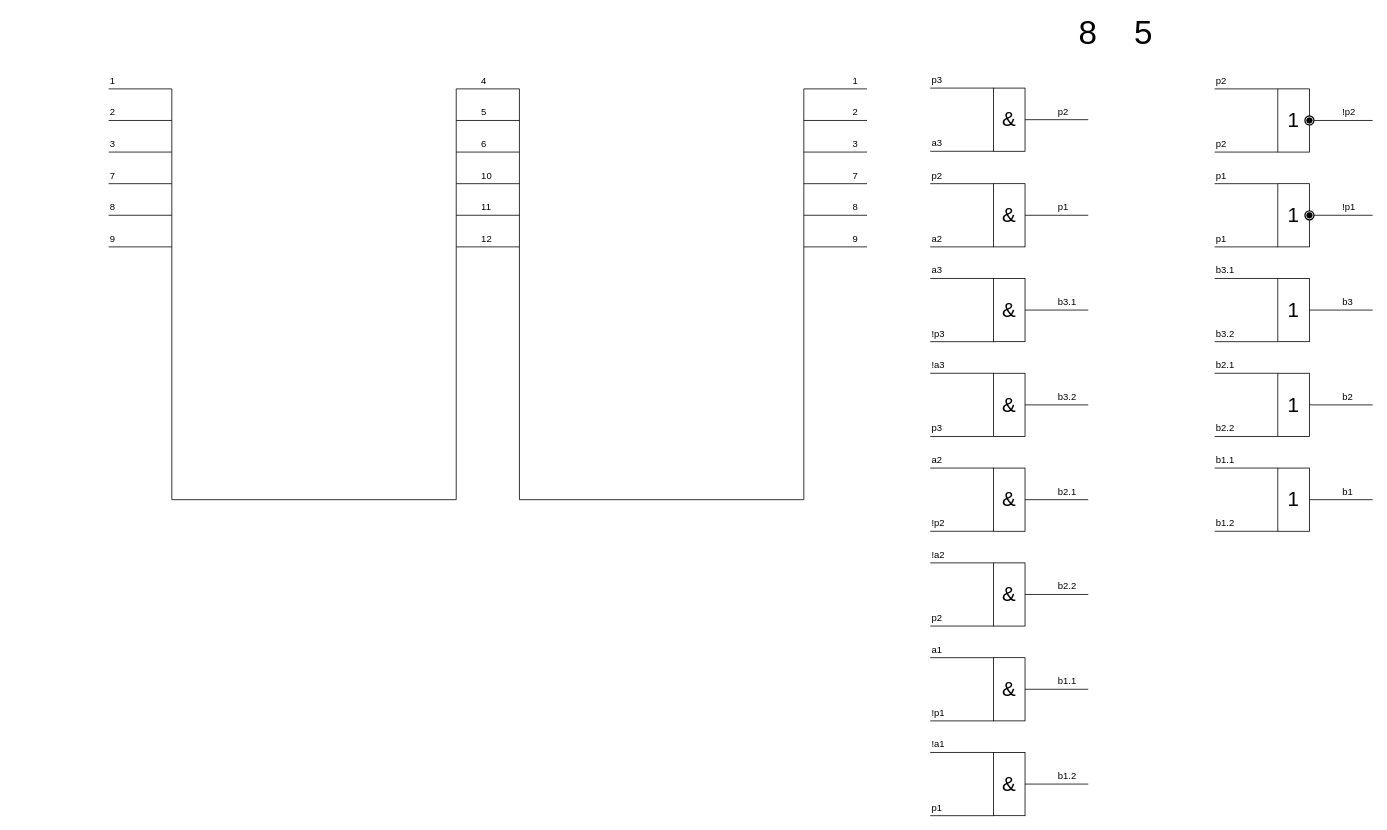
Earlier version of the draw.io diagram counter.drawio (nayutalienx/digital_circuits). Source tidied: cells renumbered, new cells numbered last; positions are measured from the earlier drawing's top-left corner, leaving out a move shared by most shapes. Both pictures are drawn from the tidied source at 79%, with x=0, y=0 at pixel (108, 25).
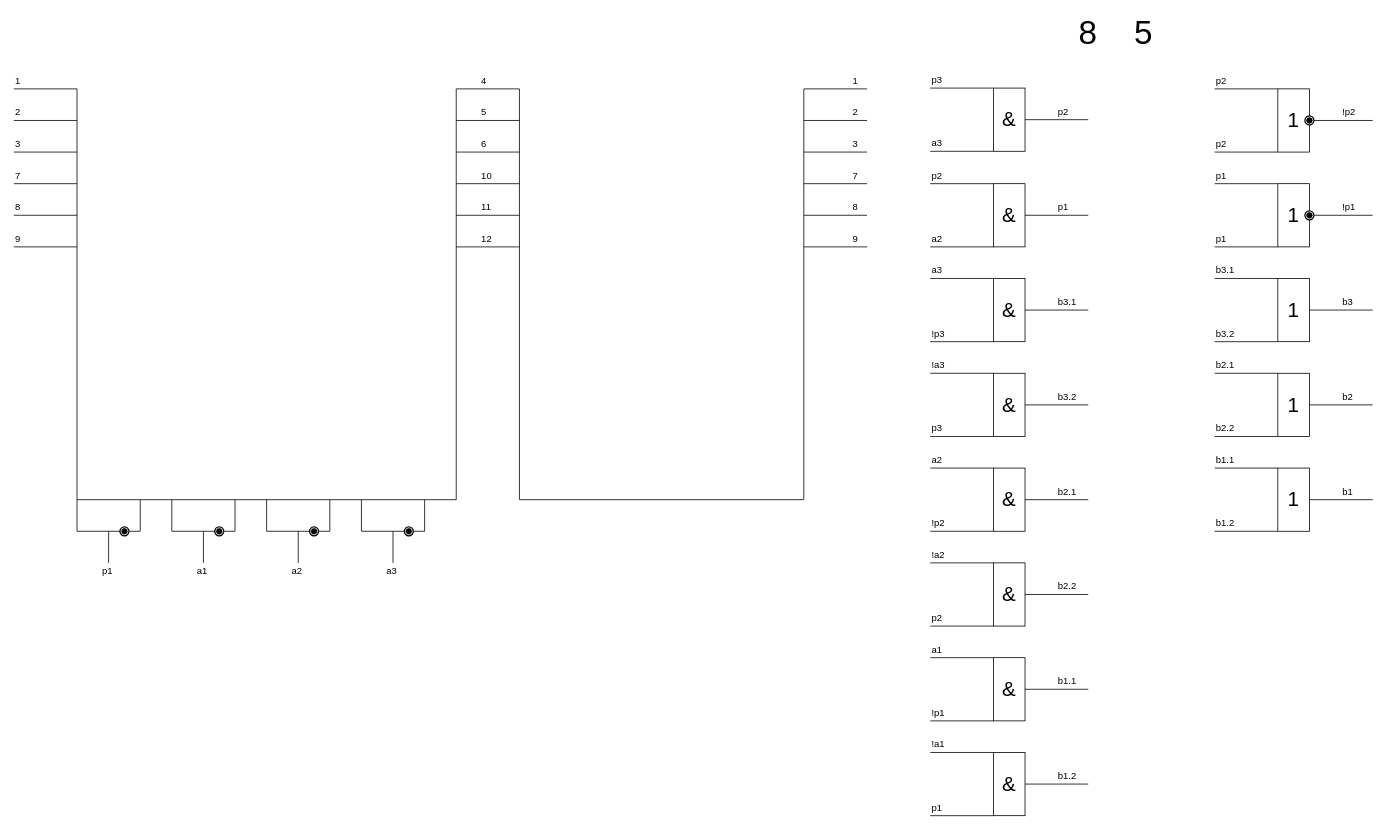
Above is the later version.

The edit, as a diff of the source:
```diff
@@
     <mxCell id="2" style="endArrow=none;html=1;" parent="1" edge="1">
       <mxGeometry relative="1" as="geometry">
-        <mxPoint x="80" y="600" as="sourcePoint" />
-        <mxPoint x="80" y="80" as="targetPoint" />
+        <mxPoint x="-40" y="600" as="sourcePoint" />
+        <mxPoint x="-40" y="80" as="targetPoint" />
       </mxGeometry>
     </mxCell>
     <mxCell id="3" style="endArrow=none;html=1;" parent="1" edge="1">
       <mxGeometry relative="1" as="geometry">
-        <mxPoint x="80" y="600" as="sourcePoint" />
+        <mxPoint x="-40" y="600" as="sourcePoint" />
         <mxPoint x="440" y="600" as="targetPoint" />
       </mxGeometry>
     </mxCell>
@@
     <mxCell id="8" style="endArrow=none;html=1;" parent="1" edge="1">
       <mxGeometry relative="1" as="geometry">
-        <mxPoint y="80" as="sourcePoint" />
-        <mxPoint x="80" y="80" as="targetPoint" />
+        <mxPoint x="-120" y="80" as="sourcePoint" />
+        <mxPoint x="-40" y="80" as="targetPoint" />
       </mxGeometry>
     </mxCell>
     <mxCell id="9" style="endArrow=none;html=1;" parent="1" edge="1">
       <mxGeometry relative="1" as="geometry">
-        <mxPoint y="120" as="sourcePoint" />
-        <mxPoint x="80" y="120" as="targetPoint" />
+        <mxPoint x="-120" y="120" as="sourcePoint" />
+        <mxPoint x="-40" y="120" as="targetPoint" />
       </mxGeometry>
     </mxCell>
     <mxCell id="10" style="endArrow=none;html=1;" parent="1" edge="1">
       <mxGeometry relative="1" as="geometry">
-        <mxPoint y="160" as="sourcePoint" />
-        <mxPoint x="80" y="160" as="targetPoint" />
+        <mxPoint x="-120" y="160" as="sourcePoint" />
+        <mxPoint x="-40" y="160" as="targetPoint" />
       </mxGeometry>
     </mxCell>
     <mxCell id="11" style="endArrow=none;html=1;" parent="1" edge="1">
       <mxGeometry relative="1" as="geometry">
-        <mxPoint y="200" as="sourcePoint" />
-        <mxPoint x="80" y="200" as="targetPoint" />
+        <mxPoint x="-120" y="200" as="sourcePoint" />
+        <mxPoint x="-40" y="200" as="targetPoint" />
       </mxGeometry>
     </mxCell>
     <mxCell id="12" style="endArrow=none;html=1;" parent="1" edge="1">
       <mxGeometry relative="1" as="geometry">
-        <mxPoint y="240" as="sourcePoint" />
-        <mxPoint x="80" y="240" as="targetPoint" />
+        <mxPoint x="-120" y="240" as="sourcePoint" />
+        <mxPoint x="-40" y="240" as="targetPoint" />
       </mxGeometry>
     </mxCell>
     <mxCell id="13" style="endArrow=none;html=1;" parent="1" edge="1">
       <mxGeometry relative="1" as="geometry">
-        <mxPoint y="280" as="sourcePoint" />
-        <mxPoint x="80" y="280" as="targetPoint" />
+        <mxPoint x="-120" y="280" as="sourcePoint" />
+        <mxPoint x="-40" y="280" as="targetPoint" />
       </mxGeometry>
     </mxCell>
@@
     <mxCell id="26" value="1" style="text;html=1;align=left;verticalAlign=top;spacingTop=-4;" parent="1" vertex="1">
-      <mxGeometry y="60" width="20" height="20" as="geometry" />
+      <mxGeometry x="-120" y="60" width="20" height="20" as="geometry" />
     </mxCell>
     <mxCell id="27" value="2" style="text;html=1;align=left;verticalAlign=top;spacingTop=-4;" parent="1" vertex="1">
-      <mxGeometry y="100" width="20" height="20" as="geometry" />
+      <mxGeometry x="-120" y="100" width="20" height="20" as="geometry" />
     </mxCell>
     <mxCell id="28" value="3" style="text;html=1;align=left;verticalAlign=top;spacingTop=-4;" parent="1" vertex="1">
-      <mxGeometry y="140" width="20" height="20" as="geometry" />
+      <mxGeometry x="-120" y="140" width="20" height="20" as="geometry" />
     </mxCell>
     <mxCell id="29" value="7" style="text;html=1;align=left;verticalAlign=top;spacingTop=-4;" parent="1" vertex="1">
-      <mxGeometry y="180" width="20" height="20" as="geometry" />
+      <mxGeometry x="-120" y="180" width="20" height="20" as="geometry" />
     </mxCell>
     <mxCell id="30" value="8" style="text;html=1;align=left;verticalAlign=top;spacingTop=-4;" parent="1" vertex="1">
-      <mxGeometry y="220" width="20" height="20" as="geometry" />
+      <mxGeometry x="-120" y="220" width="20" height="20" as="geometry" />
     </mxCell>
     <mxCell id="31" value="9" style="text;html=1;align=left;verticalAlign=top;spacingTop=-4;" parent="1" vertex="1">
-      <mxGeometry y="260" width="20" height="20" as="geometry" />
+      <mxGeometry x="-120" y="260" width="20" height="20" as="geometry" />
     </mxCell>
@@
+    <mxCell id="141" style="endArrow=none;html=1;" parent="1" edge="1">
+      <mxGeometry relative="1" as="geometry">
+        <mxPoint x="80" y="640" as="sourcePoint" />
+        <mxPoint x="80" y="600" as="targetPoint" />
+      </mxGeometry>
+    </mxCell>
+    <mxCell id="142" style="endArrow=none;html=1;" parent="1" edge="1" source="146">
+      <mxGeometry relative="1" as="geometry">
+        <mxPoint x="160" y="640" as="targetPoint" />
+      </mxGeometry>
+    </mxCell>
+    <mxCell id="143" style="endArrow=none;html=1;" parent="1" edge="1">
+      <mxGeometry relative="1" as="geometry">
+        <mxPoint x="160" y="640" as="sourcePoint" />
+        <mxPoint x="160" y="600" as="targetPoint" />
+      </mxGeometry>
+    </mxCell>
+    <mxCell id="144" style="endArrow=none;html=1;" parent="1" edge="1">
+      <mxGeometry relative="1" as="geometry">
+        <mxPoint x="120" y="680" as="sourcePoint" />
+        <mxPoint x="120" y="640" as="targetPoint" />
+      </mxGeometry>
+    </mxCell>
+    <mxCell id="145" value="a1" style="text;html=1;align=left;verticalAlign=top;spacingTop=-4;" parent="1" vertex="1">
+      <mxGeometry x="110" y="680" width="30" height="20" as="geometry" />
+    </mxCell>
+    <mxCell id="146" style="shape=mxgraph.bpmn.shape;html=1;verticalLabelPosition=bottom;labelBackgroundColor=#ffffff;verticalAlign=top;align=center;perimeter=ellipsePerimeter;outlineConnect=0;outline=end;symbol=terminate;" parent="1" vertex="1">
+      <mxGeometry x="135" y="635" width="10" height="10" as="geometry" />
+    </mxCell>
+    <mxCell id="147" style="endArrow=none;html=1;" parent="1" edge="1" target="146">
+      <mxGeometry relative="1" as="geometry">
+        <mxPoint x="80" y="640" as="sourcePoint" />
+      </mxGeometry>
+    </mxCell>
+    <mxCell id="148" style="endArrow=none;html=1;" parent="1" edge="1">
+      <mxGeometry relative="1" as="geometry">
+        <mxPoint x="200" y="640" as="sourcePoint" />
+        <mxPoint x="200" y="600" as="targetPoint" />
+      </mxGeometry>
+    </mxCell>
+    <mxCell id="149" style="endArrow=none;html=1;" parent="1" edge="1" source="153">
+      <mxGeometry relative="1" as="geometry">
+        <mxPoint x="280" y="640" as="targetPoint" />
+      </mxGeometry>
+    </mxCell>
+    <mxCell id="150" style="endArrow=none;html=1;" parent="1" edge="1">
+      <mxGeometry relative="1" as="geometry">
+        <mxPoint x="280" y="640" as="sourcePoint" />
+        <mxPoint x="280" y="600" as="targetPoint" />
+      </mxGeometry>
+    </mxCell>
+    <mxCell id="151" style="endArrow=none;html=1;" parent="1" edge="1">
+      <mxGeometry relative="1" as="geometry">
+        <mxPoint x="240" y="680" as="sourcePoint" />
+        <mxPoint x="240" y="640" as="targetPoint" />
+      </mxGeometry>
+    </mxCell>
+    <mxCell id="152" value="a2" style="text;html=1;align=left;verticalAlign=top;spacingTop=-4;" parent="1" vertex="1">
+      <mxGeometry x="230" y="680" width="30" height="20" as="geometry" />
+    </mxCell>
+    <mxCell id="153" style="shape=mxgraph.bpmn.shape;html=1;verticalLabelPosition=bottom;labelBackgroundColor=#ffffff;verticalAlign=top;align=center;perimeter=ellipsePerimeter;outlineConnect=0;outline=end;symbol=terminate;" parent="1" vertex="1">
+      <mxGeometry x="255" y="635" width="10" height="10" as="geometry" />
+    </mxCell>
+    <mxCell id="154" style="endArrow=none;html=1;" parent="1" edge="1" target="153">
+      <mxGeometry relative="1" as="geometry">
+        <mxPoint x="200" y="640" as="sourcePoint" />
+      </mxGeometry>
+    </mxCell>
+    <mxCell id="155" style="endArrow=none;html=1;" parent="1" edge="1">
+      <mxGeometry relative="1" as="geometry">
+        <mxPoint x="320" y="640" as="sourcePoint" />
+        <mxPoint x="320" y="600" as="targetPoint" />
+      </mxGeometry>
+    </mxCell>
+    <mxCell id="156" style="endArrow=none;html=1;" parent="1" edge="1" source="160">
+      <mxGeometry relative="1" as="geometry">
+        <mxPoint x="400" y="640" as="targetPoint" />
+      </mxGeometry>
+    </mxCell>
+    <mxCell id="157" style="endArrow=none;html=1;" parent="1" edge="1">
+      <mxGeometry relative="1" as="geometry">
+        <mxPoint x="400" y="640" as="sourcePoint" />
+        <mxPoint x="400" y="600" as="targetPoint" />
+      </mxGeometry>
+    </mxCell>
+    <mxCell id="158" style="endArrow=none;html=1;" parent="1" edge="1">
+      <mxGeometry relative="1" as="geometry">
+        <mxPoint x="360" y="680" as="sourcePoint" />
+        <mxPoint x="360" y="640" as="targetPoint" />
+      </mxGeometry>
+    </mxCell>
+    <mxCell id="159" value="a3" style="text;html=1;align=left;verticalAlign=top;spacingTop=-4;" parent="1" vertex="1">
+      <mxGeometry x="350" y="680" width="30" height="20" as="geometry" />
+    </mxCell>
+    <mxCell id="160" style="shape=mxgraph.bpmn.shape;html=1;verticalLabelPosition=bottom;labelBackgroundColor=#ffffff;verticalAlign=top;align=center;perimeter=ellipsePerimeter;outlineConnect=0;outline=end;symbol=terminate;" parent="1" vertex="1">
+      <mxGeometry x="375" y="635" width="10" height="10" as="geometry" />
+    </mxCell>
+    <mxCell id="161" style="endArrow=none;html=1;" parent="1" edge="1" target="160">
+      <mxGeometry relative="1" as="geometry">
+        <mxPoint x="320" y="640" as="sourcePoint" />
+      </mxGeometry>
+    </mxCell>
+    <mxCell id="162" style="endArrow=none;html=1;" parent="1" edge="1">
+      <mxGeometry relative="1" as="geometry">
+        <mxPoint x="-40" y="640" as="sourcePoint" />
+        <mxPoint x="-40" y="600" as="targetPoint" />
+      </mxGeometry>
+    </mxCell>
+    <mxCell id="163" style="endArrow=none;html=1;" parent="1" edge="1" source="167">
+      <mxGeometry relative="1" as="geometry">
+        <mxPoint x="40" y="640" as="targetPoint" />
+      </mxGeometry>
+    </mxCell>
+    <mxCell id="164" style="endArrow=none;html=1;" parent="1" edge="1">
+      <mxGeometry relative="1" as="geometry">
+        <mxPoint x="40" y="640" as="sourcePoint" />
+        <mxPoint x="40" y="600" as="targetPoint" />
+      </mxGeometry>
+    </mxCell>
+    <mxCell id="165" style="endArrow=none;html=1;" parent="1" edge="1">
+      <mxGeometry relative="1" as="geometry">
+        <mxPoint y="680" as="sourcePoint" />
+        <mxPoint y="640" as="targetPoint" />
+      </mxGeometry>
+    </mxCell>
+    <mxCell id="166" value="p1" style="text;html=1;align=left;verticalAlign=top;spacingTop=-4;" parent="1" vertex="1">
+      <mxGeometry x="-10" y="680" width="30" height="20" as="geometry" />
+    </mxCell>
+    <mxCell id="167" style="shape=mxgraph.bpmn.shape;html=1;verticalLabelPosition=bottom;labelBackgroundColor=#ffffff;verticalAlign=top;align=center;perimeter=ellipsePerimeter;outlineConnect=0;outline=end;symbol=terminate;" parent="1" vertex="1">
+      <mxGeometry x="15" y="635" width="10" height="10" as="geometry" />
+    </mxCell>
+    <mxCell id="168" style="endArrow=none;html=1;" parent="1" edge="1" target="167">
+      <mxGeometry relative="1" as="geometry">
+        <mxPoint x="-40" y="640" as="sourcePoint" />
+      </mxGeometry>
+    </mxCell>
```
